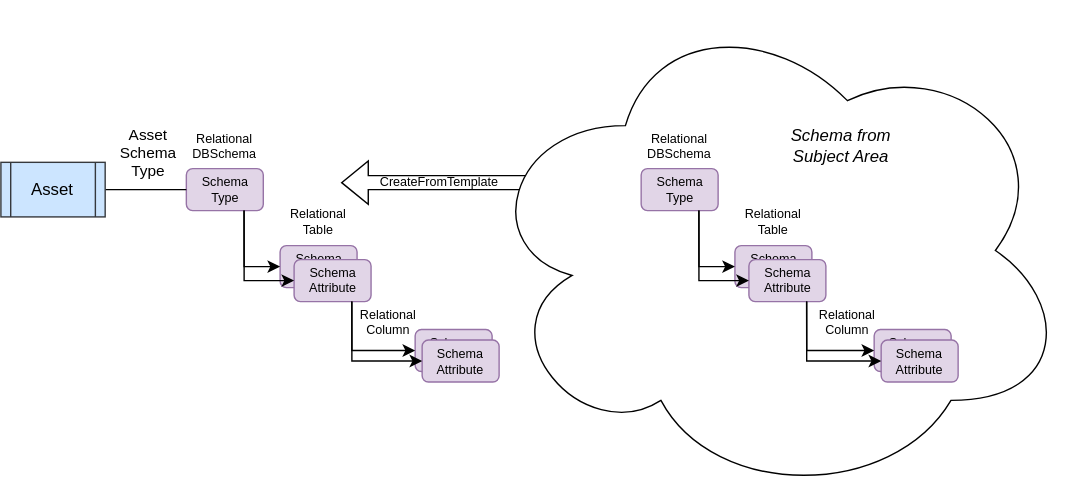
Before: site/docs/practices/common-data-definitions/semantic-to-implementation-assets-and-schemas-templates.svg, a diagram exported from draw.io (odpi/egeria-docs). Source tidied: cells renumbered, new cells last; positions are measured from the earlier drawing's top-left corner, leaving out a move shared by most shapes.
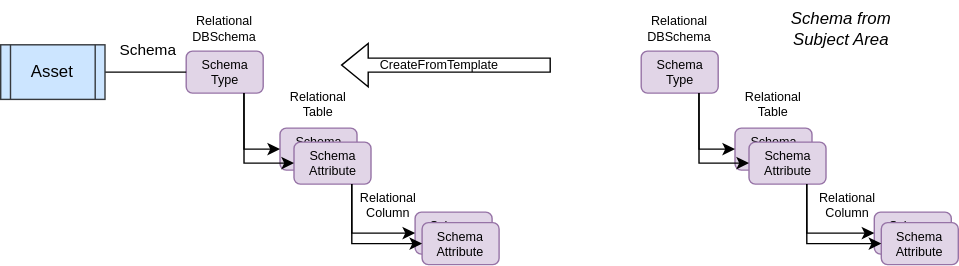
After the commit.

What changed in the source:
```diff
@@ -8,111 +8,108 @@
         <mxPoint x="243" y="130" as="targetPoint" />
       </mxGeometry>
     </mxCell>
-    <mxCell id="3" style="ellipse;shape=cloud;whiteSpace=wrap;html=1;shadow=0;strokeWidth=1;fontSize=9;" parent="1" vertex="1">
-      <mxGeometry x="340.5" width="423" height="357" as="geometry" />
+    <mxCell id="3" value="Schema Type" style="rounded=1;whiteSpace=wrap;html=1;strokeColor=#9673a6;fillColor=#e1d5e7;fontSize=9;" parent="1" vertex="1">
+      <mxGeometry x="132.5" y="120" width="55" height="30" as="geometry" />
     </mxCell>
-    <mxCell id="4" value="Schema Type" style="rounded=1;whiteSpace=wrap;html=1;strokeColor=#9673a6;fillColor=#e1d5e7;fontSize=9;" parent="1" vertex="1">
-      <mxGeometry x="132.5" y="120" width="55" height="30" as="geometry" />
+    <mxCell id="4" value="Schema Attribute" style="rounded=1;whiteSpace=wrap;html=1;strokeColor=#9673a6;fillColor=#e1d5e7;fontSize=9;" parent="1" vertex="1">
+      <mxGeometry x="199.5" y="175" width="55" height="30" as="geometry" />
     </mxCell>
     <mxCell id="5" value="Schema Attribute" style="rounded=1;whiteSpace=wrap;html=1;strokeColor=#9673a6;fillColor=#e1d5e7;fontSize=9;" parent="1" vertex="1">
-      <mxGeometry x="199.5" y="175" width="55" height="30" as="geometry" />
+      <mxGeometry x="209.5" y="185" width="55" height="30" as="geometry" />
     </mxCell>
-    <mxCell id="6" value="Schema Attribute" style="rounded=1;whiteSpace=wrap;html=1;strokeColor=#9673a6;fillColor=#e1d5e7;fontSize=9;" parent="1" vertex="1">
-      <mxGeometry x="209.5" y="185" width="55" height="30" as="geometry" />
+    <mxCell id="6" style="edgeStyle=orthogonalEdgeStyle;rounded=0;html=1;exitX=0.75;exitY=1;entryX=0;entryY=0.5;startArrow=none;startFill=0;endArrow=classic;endFill=1;jettySize=auto;fontSize=9;" parent="1" edge="1" source="3" target="4">
+      <mxGeometry relative="1" as="geometry" />
     </mxCell>
-    <mxCell id="7" style="edgeStyle=orthogonalEdgeStyle;rounded=0;html=1;exitX=0.75;exitY=1;entryX=0;entryY=0.5;startArrow=none;startFill=0;endArrow=classic;endFill=1;jettySize=auto;fontSize=9;" parent="1" edge="1" source="4" target="5">
-      <mxGeometry relative="1" as="geometry" />
+    <mxCell id="7" value="Schema Attribute" style="rounded=1;whiteSpace=wrap;html=1;strokeColor=#9673a6;fillColor=#e1d5e7;fontSize=9;" parent="1" vertex="1">
+      <mxGeometry x="296" y="235" width="55" height="30" as="geometry" />
     </mxCell>
     <mxCell id="8" value="Schema Attribute" style="rounded=1;whiteSpace=wrap;html=1;strokeColor=#9673a6;fillColor=#e1d5e7;fontSize=9;" parent="1" vertex="1">
-      <mxGeometry x="296" y="235" width="55" height="30" as="geometry" />
+      <mxGeometry x="301" y="242.5" width="55" height="30" as="geometry" />
     </mxCell>
-    <mxCell id="9" value="Schema Attribute" style="rounded=1;whiteSpace=wrap;html=1;strokeColor=#9673a6;fillColor=#e1d5e7;fontSize=9;" parent="1" vertex="1">
-      <mxGeometry x="301" y="242.5" width="55" height="30" as="geometry" />
+    <mxCell id="9" style="edgeStyle=orthogonalEdgeStyle;rounded=0;html=1;exitX=1;exitY=0.5;startArrow=none;startFill=0;endArrow=none;endFill=0;jettySize=auto;fontSize=9;exitDx=0;exitDy=0;" parent="1" edge="1" source="31" target="3">
+      <mxGeometry relative="1" as="geometry" />
     </mxCell>
-    <mxCell id="10" style="edgeStyle=orthogonalEdgeStyle;rounded=0;html=1;exitX=1;exitY=0.5;startArrow=none;startFill=0;endArrow=none;endFill=0;jettySize=auto;fontSize=9;exitDx=0;exitDy=0;" parent="1" edge="1" source="32" target="4">
-      <mxGeometry relative="1" as="geometry" />
+    <mxCell id="10" value="Relational&lt;br&gt;DBSchema" style="text;html=1;strokeColor=none;fillColor=none;align=center;verticalAlign=middle;whiteSpace=wrap;rounded=0;fontSize=9;" parent="1" vertex="1">
+      <mxGeometry x="140" y="94.5" width="40" height="18" as="geometry" />
     </mxCell>
-    <mxCell id="11" value="Relational&lt;br&gt;DBSchema" style="text;html=1;strokeColor=none;fillColor=none;align=center;verticalAlign=middle;whiteSpace=wrap;rounded=0;fontSize=9;" parent="1" vertex="1">
-      <mxGeometry x="140" y="94.5" width="40" height="18" as="geometry" />
+    <mxCell id="11" value="Relational Table" style="text;html=1;strokeColor=none;fillColor=none;align=center;verticalAlign=middle;whiteSpace=wrap;rounded=0;fontSize=9;" parent="1" vertex="1">
+      <mxGeometry x="207" y="147.5" width="40" height="20" as="geometry" />
     </mxCell>
-    <mxCell id="12" value="Relational Table" style="text;html=1;strokeColor=none;fillColor=none;align=center;verticalAlign=middle;whiteSpace=wrap;rounded=0;fontSize=9;" parent="1" vertex="1">
-      <mxGeometry x="207" y="147.5" width="40" height="20" as="geometry" />
+    <mxCell id="12" value="Relational Column" style="text;html=1;strokeColor=none;fillColor=none;align=center;verticalAlign=middle;whiteSpace=wrap;rounded=0;fontSize=9;" parent="1" vertex="1">
+      <mxGeometry x="257" y="220" width="40" height="20" as="geometry" />
     </mxCell>
-    <mxCell id="13" value="Relational Column" style="text;html=1;strokeColor=none;fillColor=none;align=center;verticalAlign=middle;whiteSpace=wrap;rounded=0;fontSize=9;" parent="1" vertex="1">
-      <mxGeometry x="257" y="220" width="40" height="20" as="geometry" />
+    <mxCell id="13" style="edgeStyle=orthogonalEdgeStyle;rounded=0;html=1;exitX=0.75;exitY=1;entryX=0;entryY=0.5;startArrow=none;startFill=0;endArrow=classic;endFill=1;jettySize=auto;fontSize=9;" parent="1" edge="1" source="3" target="5">
+      <mxGeometry relative="1" as="geometry" />
     </mxCell>
-    <mxCell id="14" style="edgeStyle=orthogonalEdgeStyle;rounded=0;html=1;exitX=0.75;exitY=1;entryX=0;entryY=0.5;startArrow=none;startFill=0;endArrow=classic;endFill=1;jettySize=auto;fontSize=9;" parent="1" edge="1" source="4" target="6">
-      <mxGeometry relative="1" as="geometry" />
+    <mxCell id="14" style="edgeStyle=orthogonalEdgeStyle;rounded=0;html=1;exitX=0.75;exitY=1;entryX=0;entryY=0.5;startArrow=none;startFill=0;endArrow=classic;endFill=1;jettySize=auto;fontSize=9;exitDx=0;exitDy=0;" parent="1" edge="1" source="5" target="7">
+      <mxGeometry relative="1" as="geometry">
+        <Array as="points">
+          <mxPoint x="251" y="250" />
+        </Array>
+      </mxGeometry>
     </mxCell>
-    <mxCell id="15" style="edgeStyle=orthogonalEdgeStyle;rounded=0;html=1;exitX=0.75;exitY=1;entryX=0;entryY=0.5;startArrow=none;startFill=0;endArrow=classic;endFill=1;jettySize=auto;fontSize=9;exitDx=0;exitDy=0;" parent="1" edge="1" source="6" target="8">
+    <mxCell id="15" style="edgeStyle=orthogonalEdgeStyle;rounded=0;html=1;exitX=0.75;exitY=1;entryX=0;entryY=0.5;startArrow=none;startFill=0;endArrow=classic;endFill=1;jettySize=auto;fontSize=9;entryDx=0;entryDy=0;" parent="1" edge="1" source="5" target="8">
       <mxGeometry relative="1" as="geometry">
         <Array as="points">
-          <mxPoint x="251" y="250" />
+          <mxPoint x="251" y="258" />
         </Array>
       </mxGeometry>
     </mxCell>
-    <mxCell id="16" style="edgeStyle=orthogonalEdgeStyle;rounded=0;html=1;exitX=0.75;exitY=1;entryX=0;entryY=0.5;startArrow=none;startFill=0;endArrow=classic;endFill=1;jettySize=auto;fontSize=9;entryDx=0;entryDy=0;" parent="1" edge="1" source="6" target="9">
-      <mxGeometry relative="1" as="geometry">
-        <Array as="points">
-          <mxPoint x="251" y="258" />
-        </Array>
-      </mxGeometry>
+    <mxCell id="16" value="Schema" style="text;html=1;align=center;verticalAlign=middle;strokeColor=none;fillColor=none;fontSize=11;" parent="1" vertex="1">
+      <mxGeometry x="74.5" y="104" width="60" height="30" as="geometry" />
     </mxCell>
-    <mxCell id="17" value="Asset&lt;br&gt;Schema&lt;br&gt;Type" style="text;html=1;align=center;verticalAlign=middle;points=[];strokeColor=none;fillColor=none;fontSize=11;" parent="1" vertex="1">
-      <mxGeometry x="74.5" y="83.5" width="60" height="50" as="geometry" />
+    <mxCell id="17" value="Schema Type" style="rounded=1;whiteSpace=wrap;html=1;strokeColor=#9673a6;fillColor=#e1d5e7;fontSize=9;" parent="1" vertex="1">
+      <mxGeometry x="457.5" y="120" width="55" height="30" as="geometry" />
     </mxCell>
-    <mxCell id="18" value="Schema Type" style="rounded=1;whiteSpace=wrap;html=1;strokeColor=#9673a6;fillColor=#e1d5e7;fontSize=9;" parent="1" vertex="1">
-      <mxGeometry x="457.5" y="120" width="55" height="30" as="geometry" />
+    <mxCell id="18" value="Schema Attribute" style="rounded=1;whiteSpace=wrap;html=1;strokeColor=#9673a6;fillColor=#e1d5e7;fontSize=9;" parent="1" vertex="1">
+      <mxGeometry x="524.5" y="175" width="55" height="30" as="geometry" />
     </mxCell>
     <mxCell id="19" value="Schema Attribute" style="rounded=1;whiteSpace=wrap;html=1;strokeColor=#9673a6;fillColor=#e1d5e7;fontSize=9;" parent="1" vertex="1">
-      <mxGeometry x="524.5" y="175" width="55" height="30" as="geometry" />
+      <mxGeometry x="534.5" y="185" width="55" height="30" as="geometry" />
     </mxCell>
-    <mxCell id="20" value="Schema Attribute" style="rounded=1;whiteSpace=wrap;html=1;strokeColor=#9673a6;fillColor=#e1d5e7;fontSize=9;" parent="1" vertex="1">
-      <mxGeometry x="534.5" y="185" width="55" height="30" as="geometry" />
+    <mxCell id="20" style="edgeStyle=orthogonalEdgeStyle;rounded=0;html=1;exitX=0.75;exitY=1;entryX=0;entryY=0.5;startArrow=none;startFill=0;endArrow=classic;endFill=1;jettySize=auto;fontSize=9;" parent="1" edge="1" source="17" target="18">
+      <mxGeometry relative="1" as="geometry" />
     </mxCell>
-    <mxCell id="21" style="edgeStyle=orthogonalEdgeStyle;rounded=0;html=1;exitX=0.75;exitY=1;entryX=0;entryY=0.5;startArrow=none;startFill=0;endArrow=classic;endFill=1;jettySize=auto;fontSize=9;" parent="1" edge="1" source="18" target="19">
-      <mxGeometry relative="1" as="geometry" />
+    <mxCell id="21" value="Schema Attribute" style="rounded=1;whiteSpace=wrap;html=1;strokeColor=#9673a6;fillColor=#e1d5e7;fontSize=9;" parent="1" vertex="1">
+      <mxGeometry x="624" y="235" width="55" height="30" as="geometry" />
     </mxCell>
     <mxCell id="22" value="Schema Attribute" style="rounded=1;whiteSpace=wrap;html=1;strokeColor=#9673a6;fillColor=#e1d5e7;fontSize=9;" parent="1" vertex="1">
-      <mxGeometry x="624" y="235" width="55" height="30" as="geometry" />
+      <mxGeometry x="629" y="242.5" width="55" height="30" as="geometry" />
     </mxCell>
-    <mxCell id="23" value="Schema Attribute" style="rounded=1;whiteSpace=wrap;html=1;strokeColor=#9673a6;fillColor=#e1d5e7;fontSize=9;" parent="1" vertex="1">
-      <mxGeometry x="629" y="242.5" width="55" height="30" as="geometry" />
+    <mxCell id="23" value="Relational&lt;br&gt;DBSchema" style="text;html=1;strokeColor=none;fillColor=none;align=center;verticalAlign=middle;whiteSpace=wrap;rounded=0;fontSize=9;" parent="1" vertex="1">
+      <mxGeometry x="465" y="94.5" width="40" height="18" as="geometry" />
     </mxCell>
-    <mxCell id="24" value="Relational&lt;br&gt;DBSchema" style="text;html=1;strokeColor=none;fillColor=none;align=center;verticalAlign=middle;whiteSpace=wrap;rounded=0;fontSize=9;" parent="1" vertex="1">
-      <mxGeometry x="465" y="94.5" width="40" height="18" as="geometry" />
+    <mxCell id="24" value="Relational Table" style="text;html=1;strokeColor=none;fillColor=none;align=center;verticalAlign=middle;whiteSpace=wrap;rounded=0;fontSize=9;" parent="1" vertex="1">
+      <mxGeometry x="532" y="147.5" width="40" height="20" as="geometry" />
     </mxCell>
-    <mxCell id="25" value="Relational Table" style="text;html=1;strokeColor=none;fillColor=none;align=center;verticalAlign=middle;whiteSpace=wrap;rounded=0;fontSize=9;" parent="1" vertex="1">
-      <mxGeometry x="532" y="147.5" width="40" height="20" as="geometry" />
+    <mxCell id="25" value="Relational Column" style="text;html=1;strokeColor=none;fillColor=none;align=center;verticalAlign=middle;whiteSpace=wrap;rounded=0;fontSize=9;" parent="1" vertex="1">
+      <mxGeometry x="585" y="220" width="40" height="20" as="geometry" />
     </mxCell>
-    <mxCell id="26" value="Relational Column" style="text;html=1;strokeColor=none;fillColor=none;align=center;verticalAlign=middle;whiteSpace=wrap;rounded=0;fontSize=9;" parent="1" vertex="1">
-      <mxGeometry x="585" y="220" width="40" height="20" as="geometry" />
+    <mxCell id="26" style="edgeStyle=orthogonalEdgeStyle;rounded=0;html=1;exitX=0.75;exitY=1;entryX=0;entryY=0.5;startArrow=none;startFill=0;endArrow=classic;endFill=1;jettySize=auto;fontSize=9;" parent="1" edge="1" source="17" target="19">
+      <mxGeometry relative="1" as="geometry" />
     </mxCell>
-    <mxCell id="27" style="edgeStyle=orthogonalEdgeStyle;rounded=0;html=1;exitX=0.75;exitY=1;entryX=0;entryY=0.5;startArrow=none;startFill=0;endArrow=classic;endFill=1;jettySize=auto;fontSize=9;" parent="1" edge="1" source="18" target="20">
-      <mxGeometry relative="1" as="geometry" />
+    <mxCell id="27" style="edgeStyle=orthogonalEdgeStyle;rounded=0;html=1;exitX=0.75;exitY=1;entryX=0;entryY=0.5;startArrow=none;startFill=0;endArrow=classic;endFill=1;jettySize=auto;fontSize=9;exitDx=0;exitDy=0;" parent="1" edge="1" source="19" target="21">
+      <mxGeometry relative="1" as="geometry">
+        <Array as="points">
+          <mxPoint x="576" y="250" />
+        </Array>
+      </mxGeometry>
     </mxCell>
-    <mxCell id="28" style="edgeStyle=orthogonalEdgeStyle;rounded=0;html=1;exitX=0.75;exitY=1;entryX=0;entryY=0.5;startArrow=none;startFill=0;endArrow=classic;endFill=1;jettySize=auto;fontSize=9;exitDx=0;exitDy=0;" parent="1" edge="1" source="20" target="22">
+    <mxCell id="28" style="edgeStyle=orthogonalEdgeStyle;rounded=0;html=1;exitX=0.75;exitY=1;entryX=0;entryY=0.5;startArrow=none;startFill=0;endArrow=classic;endFill=1;jettySize=auto;fontSize=9;entryDx=0;entryDy=0;" parent="1" edge="1" source="19" target="22">
       <mxGeometry relative="1" as="geometry">
         <Array as="points">
-          <mxPoint x="576" y="250" />
+          <mxPoint x="576" y="258" />
         </Array>
       </mxGeometry>
     </mxCell>
-    <mxCell id="29" style="edgeStyle=orthogonalEdgeStyle;rounded=0;html=1;exitX=0.75;exitY=1;entryX=0;entryY=0.5;startArrow=none;startFill=0;endArrow=classic;endFill=1;jettySize=auto;fontSize=9;entryDx=0;entryDy=0;" parent="1" edge="1" source="20" target="23">
-      <mxGeometry relative="1" as="geometry">
-        <Array as="points">
-          <mxPoint x="576" y="258" />
-        </Array>
-      </mxGeometry>
+    <mxCell id="29" value="Schema from&lt;br&gt;Subject Area" style="text;html=1;align=center;verticalAlign=middle;strokeColor=none;fillColor=none;fontSize=12;fontStyle=2;" parent="1" vertex="1">
+      <mxGeometry x="554.5" y="83.5" width="90" height="40" as="geometry" />
     </mxCell>
-    <mxCell id="30" value="Schema from&lt;br&gt;Subject Area" style="text;html=1;align=center;verticalAlign=middle;strokeColor=none;fillColor=none;fontSize=12;fontStyle=2;" parent="1" vertex="1">
-      <mxGeometry x="554.5" y="83.5" width="90" height="40" as="geometry" />
+    <mxCell id="30" value="CreateFromTemplate" style="text;html=1;align=center;verticalAlign=middle;strokeColor=none;fillColor=none;fontSize=9;" parent="1" vertex="1">
+      <mxGeometry x="257.5" y="119.5" width="110" height="20" as="geometry" />
     </mxCell>
-    <mxCell id="31" value="CreateFromTemplate" style="text;html=1;align=center;verticalAlign=middle;points=[];strokeColor=none;fillColor=none;fontSize=9;" parent="1" vertex="1">
-      <mxGeometry x="257.5" y="119.5" width="110" height="20" as="geometry" />
+    <mxCell id="31" value="Asset" style="shape=process;whiteSpace=wrap;html=1;backgroundOutline=1;strokeColor=#36393d;fillColor=#cce5ff;fontSize=12;" parent="1" vertex="1">
+      <mxGeometry y="115.5" width="74.5" height="39" as="geometry" />
     </mxCell>
-    <mxCell id="32" value="Asset" style="shape=process;whiteSpace=wrap;html=1;backgroundOutline=1;strokeColor=#36393d;fillColor=#cce5ff;fontSize=12;" parent="1" vertex="1">
-      <mxGeometry y="115.5" width="74.5" height="39" as="geometry" />
-    </mxCell>
   </root>
 </mxGraphModel>
```
